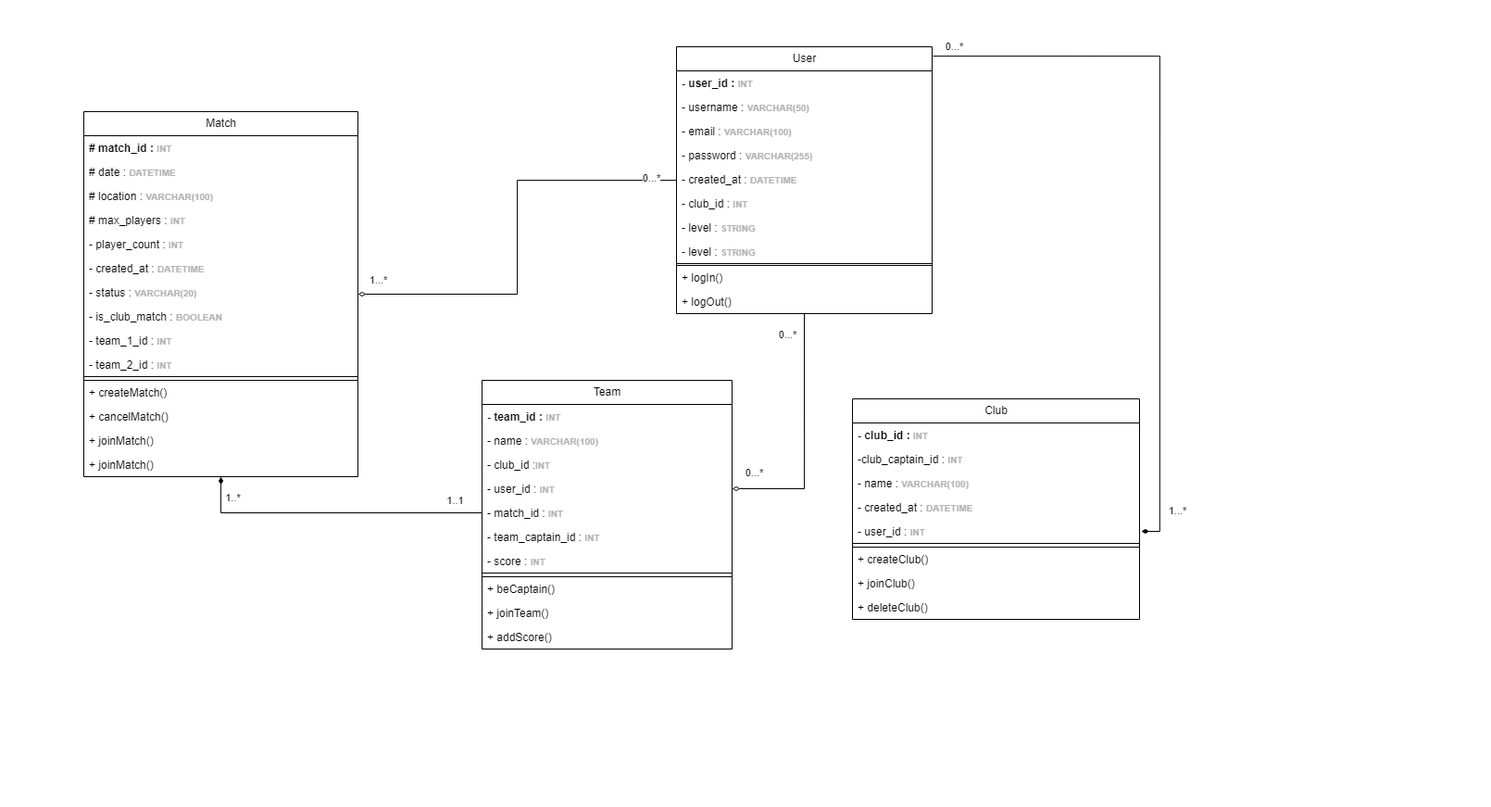
The draw.io diagram UML Classes.drawio.png in Mathistrg/Styx, before a commit. Source tidied: cells renumbered, new cells last; positions are measured from the earlier drawing's top-left corner, leaving out a move shared by most shapes.
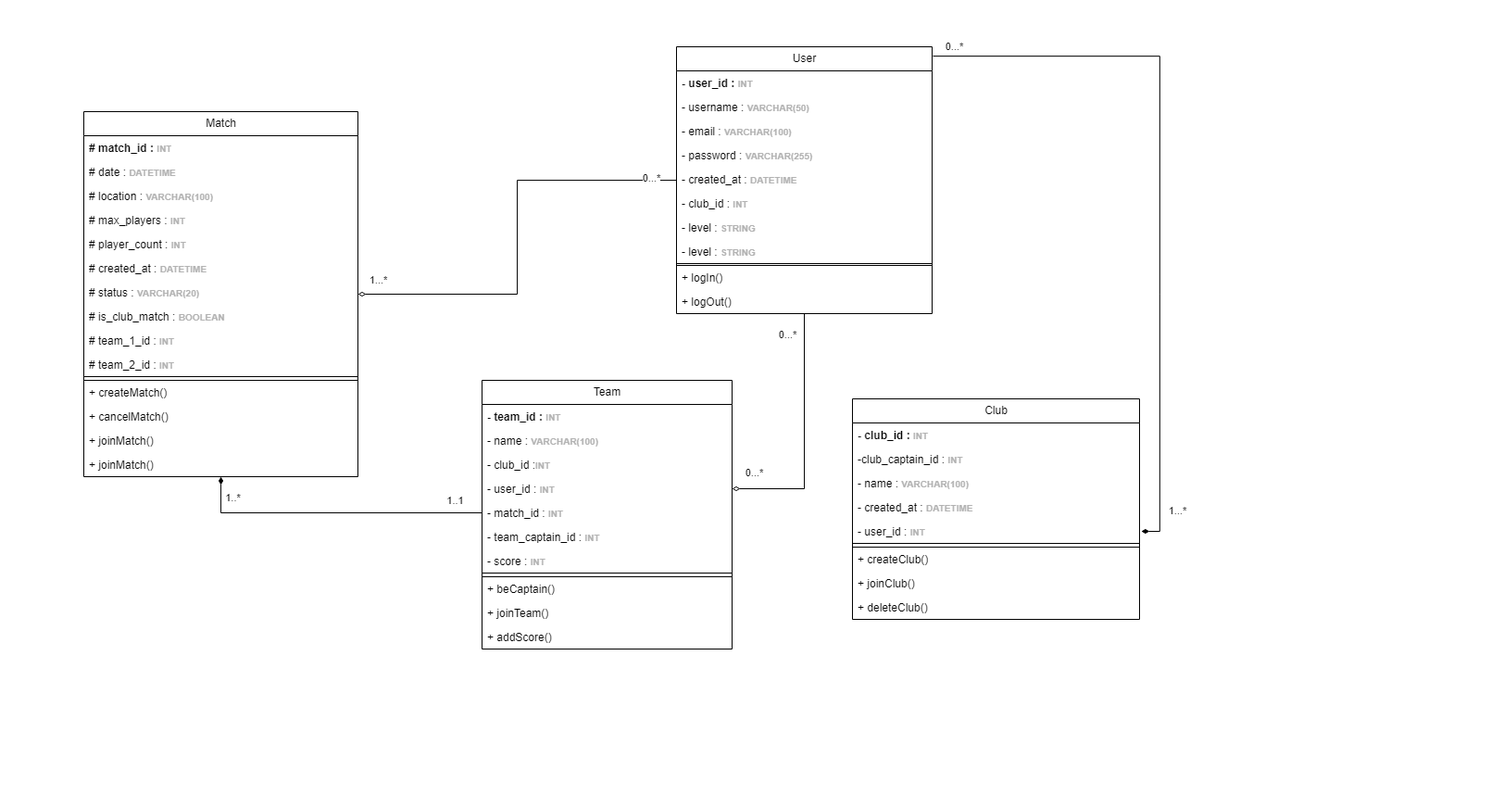
Above is the later version.

Commit message:
Mettre à jour UML Classes.drawio.png

What changed in the source:
```diff
@@ -67,22 +67,22 @@
     <mxCell id="22" value="# max_players :&amp;nbsp;&lt;b style=&quot;color: rgb(179, 179, 179); font-size: 10px;&quot;&gt;INT&amp;nbsp;&lt;/b&gt;" style="text;strokeColor=none;fillColor=none;align=left;verticalAlign=top;spacingLeft=4;spacingRight=4;overflow=hidden;whiteSpace=wrap;html=1;" parent="18" vertex="1">
       <mxGeometry y="104" width="296" height="26" as="geometry" />
     </mxCell>
-    <mxCell id="23" value="- player_count :&amp;nbsp;&lt;b style=&quot;color: rgb(179, 179, 179); font-size: 10px;&quot;&gt;INT&lt;/b&gt;" style="text;strokeColor=none;fillColor=none;align=left;verticalAlign=top;spacingLeft=4;spacingRight=4;overflow=hidden;whiteSpace=wrap;html=1;" parent="18" vertex="1">
+    <mxCell id="23" value="# player_count :&amp;nbsp;&lt;b style=&quot;color: rgb(179, 179, 179); font-size: 10px;&quot;&gt;INT&lt;/b&gt;" style="text;strokeColor=none;fillColor=none;align=left;verticalAlign=top;spacingLeft=4;spacingRight=4;overflow=hidden;whiteSpace=wrap;html=1;" parent="18" vertex="1">
       <mxGeometry y="130" width="296" height="26" as="geometry" />
     </mxCell>
-    <mxCell id="24" value="- created_at :&amp;nbsp;&lt;b style=&quot;color: rgb(179, 179, 179); font-size: 10px;&quot;&gt;DATETIME&lt;/b&gt;" style="text;strokeColor=none;fillColor=none;align=left;verticalAlign=top;spacingLeft=4;spacingRight=4;overflow=hidden;whiteSpace=wrap;html=1;" parent="18" vertex="1">
+    <mxCell id="24" value="# created_at :&amp;nbsp;&lt;b style=&quot;color: rgb(179, 179, 179); font-size: 10px;&quot;&gt;DATETIME&lt;/b&gt;" style="text;strokeColor=none;fillColor=none;align=left;verticalAlign=top;spacingLeft=4;spacingRight=4;overflow=hidden;whiteSpace=wrap;html=1;" parent="18" vertex="1">
       <mxGeometry y="156" width="296" height="26" as="geometry" />
     </mxCell>
-    <mxCell id="25" value="- status :&amp;nbsp;&lt;b style=&quot;color: rgb(179, 179, 179); font-size: 10px;&quot;&gt;VARCHAR(20)&amp;nbsp;&lt;/b&gt;" style="text;strokeColor=none;fillColor=none;align=left;verticalAlign=top;spacingLeft=4;spacingRight=4;overflow=hidden;whiteSpace=wrap;html=1;" parent="18" vertex="1">
+    <mxCell id="25" value="# status :&amp;nbsp;&lt;b style=&quot;color: rgb(179, 179, 179); font-size: 10px;&quot;&gt;VARCHAR(20)&amp;nbsp;&lt;/b&gt;" style="text;strokeColor=none;fillColor=none;align=left;verticalAlign=top;spacingLeft=4;spacingRight=4;overflow=hidden;whiteSpace=wrap;html=1;" parent="18" vertex="1">
       <mxGeometry y="182" width="296" height="26" as="geometry" />
     </mxCell>
-    <mxCell id="26" value="- is_club_match :&amp;nbsp;&lt;b style=&quot;color: rgb(179, 179, 179); font-size: 10px;&quot;&gt;BOOLEAN&amp;nbsp;&lt;/b&gt;" style="text;strokeColor=none;fillColor=none;align=left;verticalAlign=top;spacingLeft=4;spacingRight=4;overflow=hidden;whiteSpace=wrap;html=1;" parent="18" vertex="1">
+    <mxCell id="26" value="# is_club_match :&amp;nbsp;&lt;b style=&quot;color: rgb(179, 179, 179); font-size: 10px;&quot;&gt;BOOLEAN&amp;nbsp;&lt;/b&gt;" style="text;strokeColor=none;fillColor=none;align=left;verticalAlign=top;spacingLeft=4;spacingRight=4;overflow=hidden;whiteSpace=wrap;html=1;" parent="18" vertex="1">
       <mxGeometry y="208" width="296" height="26" as="geometry" />
     </mxCell>
-    <mxCell id="27" value="- team_1_id :&amp;nbsp;&lt;b style=&quot;color: rgb(179, 179, 179); font-size: 10px;&quot;&gt;INT&amp;nbsp;&lt;/b&gt;" style="text;strokeColor=none;fillColor=none;align=left;verticalAlign=top;spacingLeft=4;spacingRight=4;overflow=hidden;whiteSpace=wrap;html=1;" parent="18" vertex="1">
+    <mxCell id="27" value="# team_1_id :&amp;nbsp;&lt;b style=&quot;color: rgb(179, 179, 179); font-size: 10px;&quot;&gt;INT&amp;nbsp;&lt;/b&gt;" style="text;strokeColor=none;fillColor=none;align=left;verticalAlign=top;spacingLeft=4;spacingRight=4;overflow=hidden;whiteSpace=wrap;html=1;" parent="18" vertex="1">
       <mxGeometry y="234" width="296" height="26" as="geometry" />
     </mxCell>
-    <mxCell id="28" value="- team_2_id :&amp;nbsp;&lt;b style=&quot;color: rgb(179, 179, 179); font-size: 10px;&quot;&gt;INT&lt;/b&gt;" style="text;strokeColor=none;fillColor=none;align=left;verticalAlign=top;spacingLeft=4;spacingRight=4;overflow=hidden;whiteSpace=wrap;html=1;" parent="18" vertex="1">
+    <mxCell id="28" value="# team_2_id :&amp;nbsp;&lt;b style=&quot;color: rgb(179, 179, 179); font-size: 10px;&quot;&gt;INT&lt;/b&gt;" style="text;strokeColor=none;fillColor=none;align=left;verticalAlign=top;spacingLeft=4;spacingRight=4;overflow=hidden;whiteSpace=wrap;html=1;" parent="18" vertex="1">
       <mxGeometry y="260" width="296" height="26" as="geometry" />
     </mxCell>
     <mxCell id="29" value="team_2_id (FK)&lt;span style=&quot;white-space: pre;&quot;&gt;&#9;&lt;/span&gt;&lt;span style=&quot;white-space: pre;&quot;&gt;&#9;&lt;/span&gt;&lt;b style=&quot;color: rgb(179, 179, 179); font-size: 10px;&quot;&gt;INT NOT NULL&lt;/b&gt;" style="text;strokeColor=default;fillColor=none;align=left;verticalAlign=top;spacingLeft=4;spacingRight=4;overflow=hidden;whiteSpace=wrap;html=1;" parent="18" vertex="1">
```
